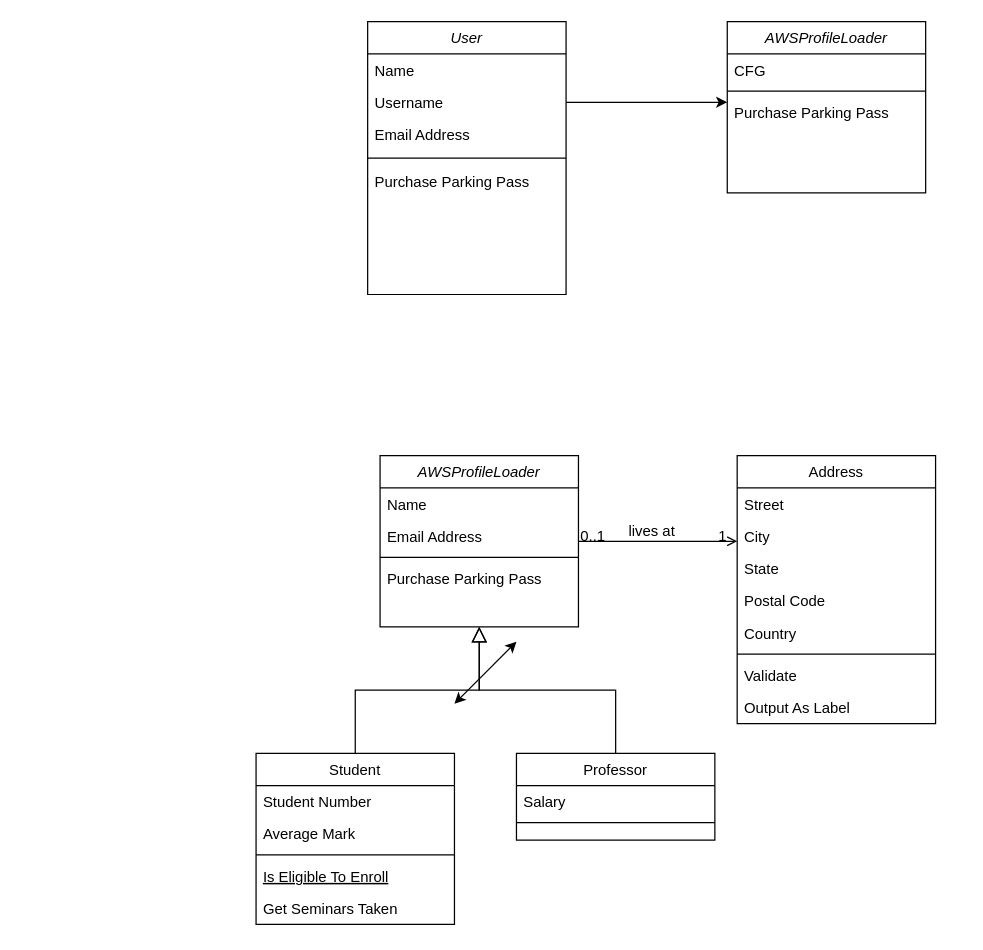
Earlier version of the draw.io diagram classes/AWSProfileLoader.drawio (awsomegui-capstone/diagrams). Source tidied: cells renumbered, new cells numbered last; positions are measured from the earlier drawing's top-left corner, leaving out a move shared by most shapes. Both pictures are drawn from the tidied source at 124%, with x=0, y=0 at pixel (255, 21).
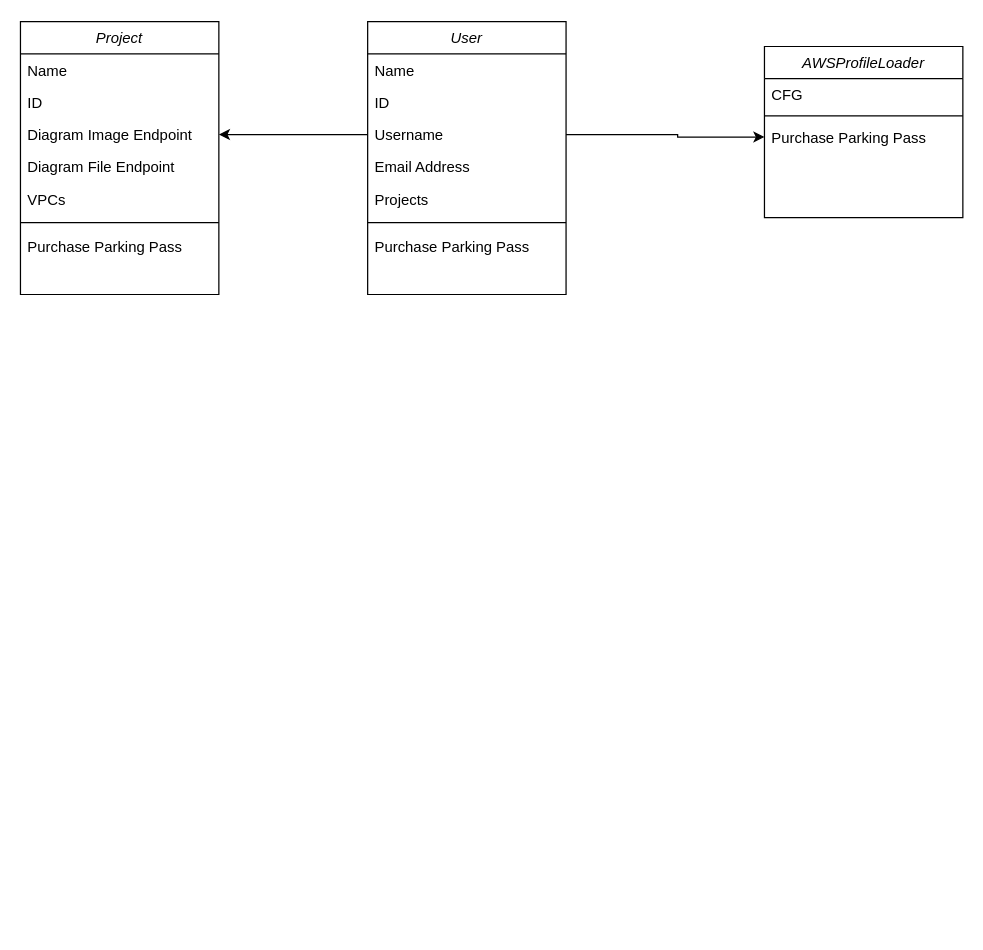
The same page after the edit.

Unchanged cells that the change refers to:
```xml
<mxCell id="31" value="User" style="swimlane;fontStyle=2;align=center;verticalAlign=top;horizontal=1;startSize=26;rounded=0;shadow=0;strokeWidth=1;" parent="1" vertex="1">
  <mxGeometry x="90" width="160" height="220" as="geometry" />
</mxCell>
<mxCell id="40" value="Purchase Parking Pass" style="text;align=left;verticalAlign=top;spacingLeft=4;spacingRight=4;overflow=hidden;points=[[0,0.5],[1,0.5]];portConstraint=eastwest;" parent="37" vertex="1">
  <mxGeometry y="60" width="160" height="26" as="geometry" />
</mxCell>
```

Change to the diagram source:
```diff
@@
-    <mxCell id="2" value="AWSProfileLoader" style="swimlane;fontStyle=2;align=center;verticalAlign=top;horizontal=1;startSize=26;rounded=0;shadow=0;strokeWidth=1;" parent="1" vertex="1">
-      <mxGeometry x="100" y="350" width="160" height="138" as="geometry" />
-    </mxCell>
-    <mxCell id="3" value="Name" style="text;align=left;verticalAlign=top;spacingLeft=4;spacingRight=4;overflow=hidden;" parent="2" vertex="1">
-      <mxGeometry y="26" width="160" height="26" as="geometry" />
-    </mxCell>
-    <mxCell id="4" value="Email Address" style="text;align=left;verticalAlign=top;spacingLeft=4;spacingRight=4;overflow=hidden;rounded=0;shadow=0;html=0;" parent="2" vertex="1">
-      <mxGeometry y="52" width="160" height="26" as="geometry" />
-    </mxCell>
-    <mxCell id="5" style="line;html=1;strokeWidth=1;align=left;verticalAlign=middle;spacingTop=-1;spacingLeft=3;spacingRight=3;labelPosition=right;" parent="2" vertex="1">
-      <mxGeometry y="78" width="160" height="8" as="geometry" />
-    </mxCell>
-    <mxCell id="6" value="Purchase Parking Pass" style="text;align=left;verticalAlign=top;spacingLeft=4;spacingRight=4;overflow=hidden;" parent="2" vertex="1">
-      <mxGeometry y="86" width="160" height="26" as="geometry" />
-    </mxCell>
-    <mxCell id="7" value="Student" style="swimlane;fontStyle=0;align=center;verticalAlign=top;horizontal=1;startSize=26;rounded=0;shadow=0;strokeWidth=1;" parent="1" vertex="1">
-      <mxGeometry y="590" width="160" height="138" as="geometry" />
-    </mxCell>
-    <mxCell id="8" value="Student Number" style="text;align=left;verticalAlign=top;spacingLeft=4;spacingRight=4;overflow=hidden;" parent="7" vertex="1">
-      <mxGeometry y="26" width="160" height="26" as="geometry" />
-    </mxCell>
-    <mxCell id="9" value="Average Mark" style="text;align=left;verticalAlign=top;spacingLeft=4;spacingRight=4;overflow=hidden;rounded=0;shadow=0;html=0;" parent="7" vertex="1">
-      <mxGeometry y="52" width="160" height="26" as="geometry" />
-    </mxCell>
-    <mxCell id="10" style="line;html=1;strokeWidth=1;align=left;verticalAlign=middle;spacingTop=-1;spacingLeft=3;spacingRight=3;labelPosition=right;" parent="7" vertex="1">
-      <mxGeometry y="78" width="160" height="8" as="geometry" />
-    </mxCell>
-    <mxCell id="11" value="Is Eligible To Enroll" style="text;align=left;verticalAlign=top;spacingLeft=4;spacingRight=4;overflow=hidden;fontStyle=4;" parent="7" vertex="1">
-      <mxGeometry y="86" width="160" height="26" as="geometry" />
-    </mxCell>
-    <mxCell id="12" value="Get Seminars Taken" style="text;align=left;verticalAlign=top;spacingLeft=4;spacingRight=4;overflow=hidden;" parent="7" vertex="1">
-      <mxGeometry y="112" width="160" height="26" as="geometry" />
-    </mxCell>
-    <mxCell id="13" style="endArrow=block;endSize=10;endFill=0;shadow=0;strokeWidth=1;rounded=0;edgeStyle=elbowEdgeStyle;elbow=vertical;" parent="1" edge="1" source="7" target="2">
-      <mxGeometry relative="1" as="geometry" />
-    </mxCell>
-    <mxCell id="14" value="Professor" style="swimlane;fontStyle=0;align=center;verticalAlign=top;horizontal=1;startSize=26;rounded=0;shadow=0;strokeWidth=1;" parent="1" vertex="1">
-      <mxGeometry x="210" y="590" width="160" height="70" as="geometry" />
-    </mxCell>
-    <mxCell id="15" value="Salary" style="text;align=left;verticalAlign=top;spacingLeft=4;spacingRight=4;overflow=hidden;" parent="14" vertex="1">
-      <mxGeometry y="26" width="160" height="26" as="geometry" />
-    </mxCell>
-    <mxCell id="16" style="line;html=1;strokeWidth=1;align=left;verticalAlign=middle;spacingTop=-1;spacingLeft=3;spacingRight=3;labelPosition=right;" parent="14" vertex="1">
-      <mxGeometry y="52" width="160" height="8" as="geometry" />
-    </mxCell>
-    <mxCell id="17" style="endArrow=block;endSize=10;endFill=0;shadow=0;strokeWidth=1;rounded=0;edgeStyle=elbowEdgeStyle;elbow=vertical;" parent="1" edge="1" source="14" target="2">
-      <mxGeometry relative="1" as="geometry" />
-    </mxCell>
-    <mxCell id="18" value="Address" style="swimlane;fontStyle=0;align=center;verticalAlign=top;horizontal=1;startSize=26;rounded=0;shadow=0;strokeWidth=1;" parent="1" vertex="1">
-      <mxGeometry x="388" y="350" width="160" height="216" as="geometry" />
-    </mxCell>
-    <mxCell id="19" value="Street" style="text;align=left;verticalAlign=top;spacingLeft=4;spacingRight=4;overflow=hidden;" parent="18" vertex="1">
-      <mxGeometry y="26" width="160" height="26" as="geometry" />
-    </mxCell>
-    <mxCell id="20" value="City" style="text;align=left;verticalAlign=top;spacingLeft=4;spacingRight=4;overflow=hidden;rounded=0;shadow=0;html=0;" parent="18" vertex="1">
-      <mxGeometry y="52" width="160" height="26" as="geometry" />
-    </mxCell>
-    <mxCell id="21" value="State" style="text;align=left;verticalAlign=top;spacingLeft=4;spacingRight=4;overflow=hidden;rounded=0;shadow=0;html=0;" parent="18" vertex="1">
-      <mxGeometry y="78" width="160" height="26" as="geometry" />
-    </mxCell>
-    <mxCell id="22" value="Postal Code" style="text;align=left;verticalAlign=top;spacingLeft=4;spacingRight=4;overflow=hidden;rounded=0;shadow=0;html=0;" parent="18" vertex="1">
-      <mxGeometry y="104" width="160" height="26" as="geometry" />
-    </mxCell>
-    <mxCell id="23" value="Country" style="text;align=left;verticalAlign=top;spacingLeft=4;spacingRight=4;overflow=hidden;rounded=0;shadow=0;html=0;" parent="18" vertex="1">
-      <mxGeometry y="130" width="160" height="26" as="geometry" />
-    </mxCell>
-    <mxCell id="24" style="line;html=1;strokeWidth=1;align=left;verticalAlign=middle;spacingTop=-1;spacingLeft=3;spacingRight=3;labelPosition=right;" parent="18" vertex="1">
-      <mxGeometry y="156" width="160" height="8" as="geometry" />
-    </mxCell>
-    <mxCell id="25" value="Validate" style="text;align=left;verticalAlign=top;spacingLeft=4;spacingRight=4;overflow=hidden;" parent="18" vertex="1">
-      <mxGeometry y="164" width="160" height="26" as="geometry" />
-    </mxCell>
-    <mxCell id="26" value="Output As Label" style="text;align=left;verticalAlign=top;spacingLeft=4;spacingRight=4;overflow=hidden;" parent="18" vertex="1">
-      <mxGeometry y="190" width="160" height="26" as="geometry" />
-    </mxCell>
-    <mxCell id="27" style="endArrow=open;shadow=0;strokeWidth=1;rounded=0;endFill=1;edgeStyle=elbowEdgeStyle;elbow=vertical;" parent="1" edge="1" source="2" target="18">
-      <mxGeometry x="0.5" y="41" relative="1" as="geometry">
-        <mxPoint x="-40" y="32" as="offset" />
-      </mxGeometry>
-    </mxCell>
-    <mxCell id="28" value="0..1" style="align=left;verticalAlign=bottom;labelBackgroundColor=none;fontSize=12;" parent="27" vertex="1">
-      <mxGeometry x="-1" relative="1" as="geometry">
-        <mxPoint y="4" as="offset" />
-      </mxGeometry>
-    </mxCell>
-    <mxCell id="29" value="1" style="align=right;verticalAlign=bottom;labelBackgroundColor=none;fontSize=12;" parent="27" vertex="1">
-      <mxGeometry x="1" relative="1" as="geometry">
-        <mxPoint x="-7" y="4" as="offset" />
-      </mxGeometry>
-    </mxCell>
-    <mxCell id="30" value="lives at" style="text;html=1;align=center;verticalAlign=middle;labelBackgroundColor=none;rounded=0;shadow=0;strokeWidth=1;fontSize=12;" parent="27" vertex="1">
-      <mxGeometry x="0.5" y="49" relative="1" as="geometry">
-        <mxPoint x="-38" y="40" as="offset" />
-      </mxGeometry>
-    </mxCell>
@@
+    <mxCell id="43" value="ID" style="text;align=left;verticalAlign=top;spacingLeft=4;spacingRight=4;overflow=hidden;rounded=0;shadow=0;html=0;" parent="31" vertex="1">
+      <mxGeometry y="52" width="160" height="26" as="geometry" />
+    </mxCell>
     <mxCell id="33" value="Username" style="text;align=left;verticalAlign=top;spacingLeft=4;spacingRight=4;overflow=hidden;points=[[0,0.5],[1,0.5]];portConstraint=eastwest;rounded=0;shadow=0;html=0;" parent="31" vertex="1">
-      <mxGeometry y="52" width="160" height="26" as="geometry" />
+      <mxGeometry y="78" width="160" height="26" as="geometry" />
     </mxCell>
     <mxCell id="34" value="Email Address" style="text;align=left;verticalAlign=top;spacingLeft=4;spacingRight=4;overflow=hidden;rounded=0;shadow=0;html=0;" parent="31" vertex="1">
-      <mxGeometry y="78" width="160" height="26" as="geometry" />
+      <mxGeometry y="104" width="160" height="26" as="geometry" />
     </mxCell>
+    <mxCell id="44" value="Projects" style="text;align=left;verticalAlign=top;spacingLeft=4;spacingRight=4;overflow=hidden;rounded=0;shadow=0;html=0;" parent="31" vertex="1">
+      <mxGeometry y="130" width="160" height="26" as="geometry" />
+    </mxCell>
     <mxCell id="35" style="line;html=1;strokeWidth=1;align=left;verticalAlign=middle;spacingTop=-1;spacingLeft=3;spacingRight=3;labelPosition=right;" parent="31" vertex="1">
-      <mxGeometry y="104" width="160" height="12" as="geometry" />
+      <mxGeometry y="156" width="160" height="12" as="geometry" />
     </mxCell>
     <mxCell id="36" value="Purchase Parking Pass" style="text;align=left;verticalAlign=top;spacingLeft=4;spacingRight=4;overflow=hidden;" parent="31" vertex="1">
-      <mxGeometry y="116" width="160" height="26" as="geometry" />
+      <mxGeometry y="168" width="160" height="26" as="geometry" />
     </mxCell>
     <mxCell id="37" value="AWSProfileLoader" style="swimlane;fontStyle=2;align=center;verticalAlign=top;horizontal=1;startSize=26;rounded=0;shadow=0;strokeWidth=1;" parent="1" vertex="1">
-      <mxGeometry x="380" width="160" height="138" as="geometry" />
+      <mxGeometry x="410" y="20" width="160" height="138" as="geometry" />
     </mxCell>
@@
-    <mxCell id="41" style="endArrow=classic;startArrow=classic;html=1;rounded=0;" parent="1" edge="1">
-      <mxGeometry relative="1" as="geometry">
-        <mxPoint x="160" y="550" as="sourcePoint" />
-        <mxPoint x="210" y="500" as="targetPoint" />
-      </mxGeometry>
-    </mxCell>
-    <mxCell id="42" style="edgeStyle=orthogonalEdgeStyle;rounded=0;jettySize=auto;html=1;exitX=1;exitY=0.5;exitDx=0;exitDy=0;entryX=0;entryY=0.5;entryDx=0;entryDy=0;" parent="1" edge="1" source="33">
+    <mxCell id="42" style="edgeStyle=orthogonalEdgeStyle;rounded=0;jettySize=auto;html=1;exitX=1;exitY=0.5;exitDx=0;exitDy=0;entryX=0;entryY=0.5;entryDx=0;entryDy=0;" parent="1" edge="1" source="33" target="40">
       <mxGeometry relative="1" as="geometry">
-        <mxPoint x="380" y="65" as="targetPoint" />
+        <Array as="points">
+          <mxPoint x="340" y="91" />
+          <mxPoint x="340" y="93" />
+        </Array>
       </mxGeometry>
     </mxCell>
+    <mxCell id="45" style="endArrow=classic;html=1;rounded=0;exitX=0;exitY=0.5;exitDx=0;exitDy=0;entryX=1;entryY=0.5;entryDx=0;entryDy=0;" parent="1" edge="1" source="33">
+      <mxGeometry relative="1" as="geometry">
+        <mxPoint x="-30" y="91" as="targetPoint" />
+      </mxGeometry>
+    </mxCell>
+    <mxCell id="46" value="Project" style="swimlane;fontStyle=2;align=center;verticalAlign=top;horizontal=1;startSize=26;rounded=0;shadow=0;strokeWidth=1;" parent="1" vertex="1">
+      <mxGeometry x="-190" width="160" height="220" as="geometry" />
+    </mxCell>
+    <mxCell id="3" value="Name" style="text;align=left;verticalAlign=top;spacingLeft=4;spacingRight=4;overflow=hidden;" parent="46" vertex="1">
+      <mxGeometry y="26" width="160" height="26" as="geometry" />
+    </mxCell>
+    <mxCell id="47" value="ID" style="text;align=left;verticalAlign=top;spacingLeft=4;spacingRight=4;overflow=hidden;rounded=0;shadow=0;html=0;" parent="46" vertex="1">
+      <mxGeometry y="52" width="160" height="26" as="geometry" />
+    </mxCell>
+    <mxCell id="48" value="Diagram Image Endpoint" style="text;align=left;verticalAlign=top;spacingLeft=4;spacingRight=4;overflow=hidden;rounded=0;shadow=0;html=0;" parent="46" vertex="1">
+      <mxGeometry y="78" width="160" height="26" as="geometry" />
+    </mxCell>
+    <mxCell id="49" value="Diagram File Endpoint" style="text;align=left;verticalAlign=top;spacingLeft=4;spacingRight=4;overflow=hidden;rounded=0;shadow=0;html=0;" parent="46" vertex="1">
+      <mxGeometry y="104" width="160" height="26" as="geometry" />
+    </mxCell>
+    <mxCell id="50" value="VPCs" style="text;align=left;verticalAlign=top;spacingLeft=4;spacingRight=4;overflow=hidden;rounded=0;shadow=0;html=0;" parent="46" vertex="1">
+      <mxGeometry y="130" width="160" height="26" as="geometry" />
+    </mxCell>
+    <mxCell id="51" style="line;html=1;strokeWidth=1;align=left;verticalAlign=middle;spacingTop=-1;spacingLeft=3;spacingRight=3;labelPosition=right;" parent="46" vertex="1">
+      <mxGeometry y="156" width="160" height="12" as="geometry" />
+    </mxCell>
+    <mxCell id="6" value="Purchase Parking Pass" style="text;align=left;verticalAlign=top;spacingLeft=4;spacingRight=4;overflow=hidden;" parent="46" vertex="1">
+      <mxGeometry y="168" width="160" height="26" as="geometry" />
+    </mxCell>
```
